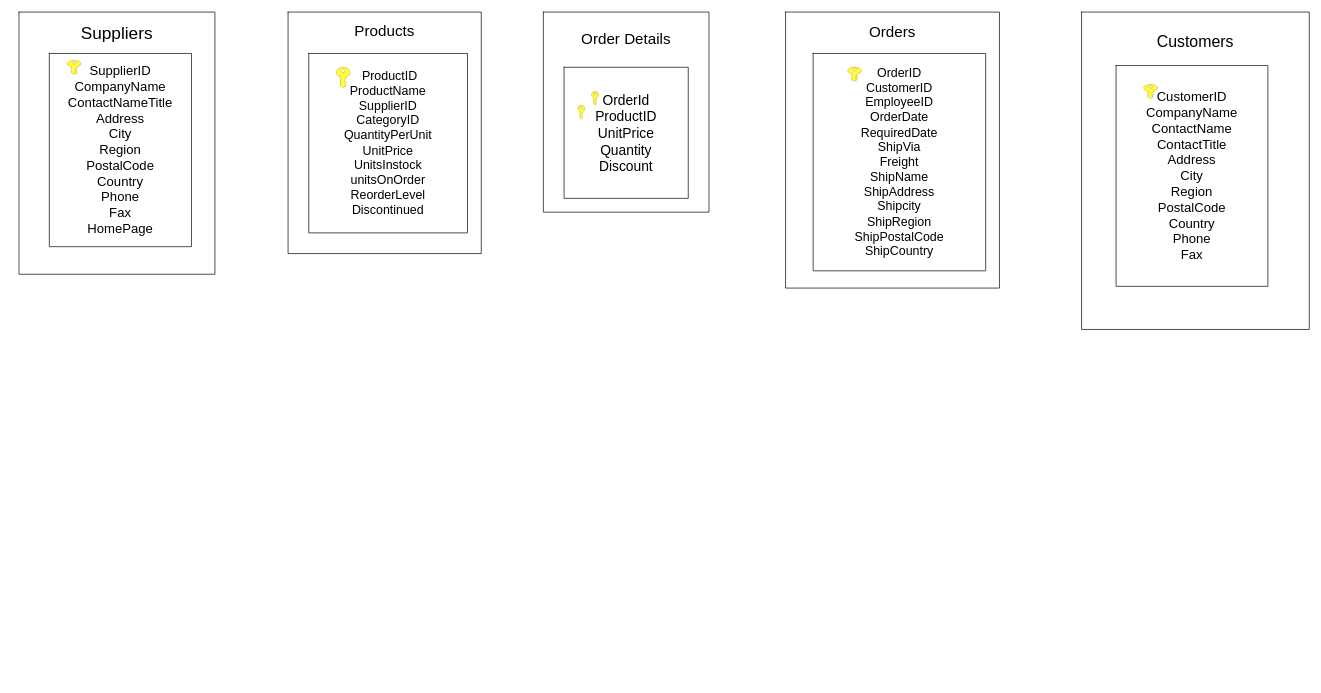
nattapon62/ER_diagram keeps this draw.io diagram as ER_Shop.drawio. Above is the earlier version. Source tidied: cells renumbered, new cells numbered last; positions are measured from the earlier drawing's top-left corner, leaving out a move shared by most shapes. Both pictures are drawn from the tidied source at 69%, with x=0, y=0 at pixel (19, 12).
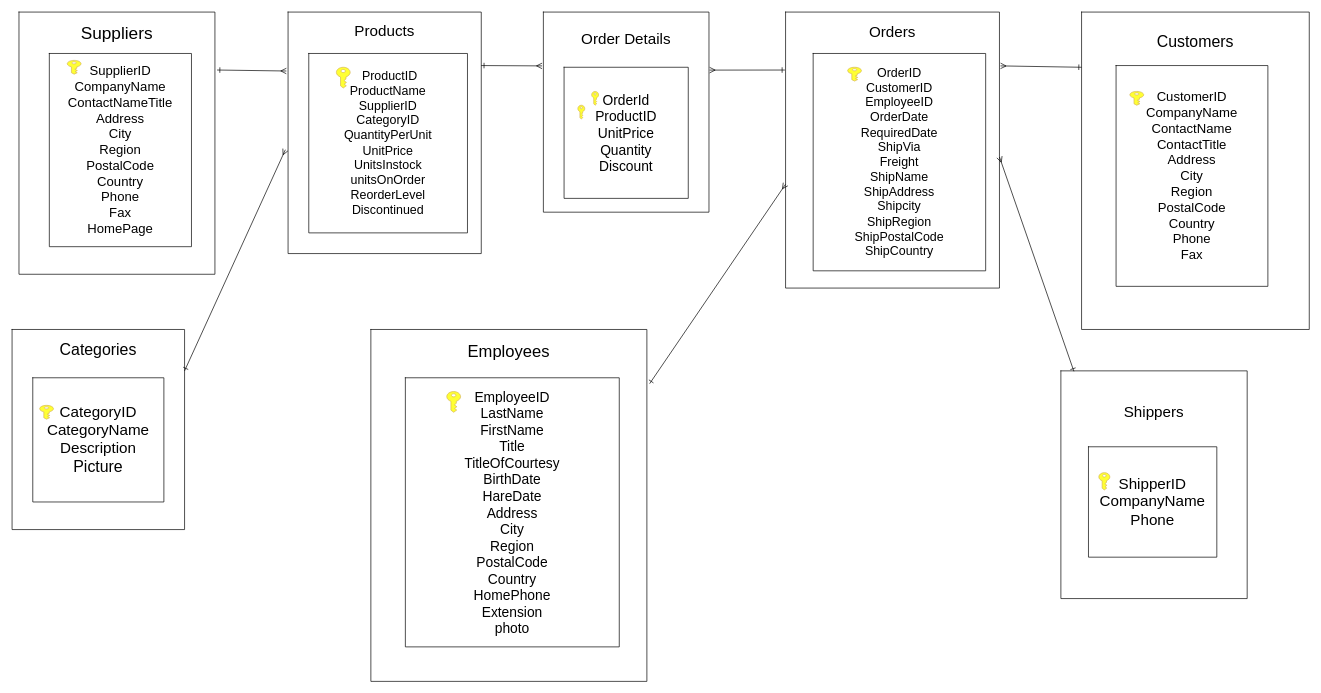
The same diagram, later.

Unchanged cells that the change refers to:
```xml
<mxCell id="6" style="shape=partialRectangle;html=1;whiteSpace=wrap;fillColor=none;top=0;left=0;bottom=0;right=0;points=[[0,0.5],[1,0.5]];portConstraint=eastwest;" parent="5" vertex="1">
  <mxGeometry width="240" height="290" as="geometry" />
</mxCell>
<mxCell id="9" style="shape=partialRectangle;html=1;whiteSpace=wrap;fillColor=none;top=0;left=0;bottom=0;right=0;points=[[0,0.5],[1,0.5]];portConstraint=eastwest;" parent="8" vertex="1">
  <mxGeometry width="284" height="380" as="geometry" />
</mxCell>
<mxCell id="12" style="shape=partialRectangle;html=1;whiteSpace=wrap;fillColor=none;top=0;left=0;bottom=0;right=0;points=[[0,0.5],[1,0.5]];portConstraint=eastwest;" parent="11" vertex="1">
  <mxGeometry width="310" height="400" as="geometry" />
</mxCell>
<mxCell id="15" style="shape=partialRectangle;html=1;whiteSpace=wrap;fillColor=none;top=0;left=0;bottom=0;right=0;points=[[0,0.5],[1,0.5]];portConstraint=eastwest;" parent="14" vertex="1">
  <mxGeometry width="280" height="350" as="geometry" />
</mxCell>
```

Diff of the diagram source:
```diff
@@
     <mxCell id="37" style="shadow=0;dashed=0;html=1;strokeColor=#d6b656;labelPosition=center;verticalLabelPosition=bottom;verticalAlign=top;align=center;shape=mxgraph.office.security.key_permissions;fillColor=#FFFF33;rotation=0;" parent="1" vertex="1">
-      <mxGeometry x="1630" y="105" width="20" height="20" as="geometry" />
+      <mxGeometry x="1610" y="115" width="20" height="20" as="geometry" />
     </mxCell>
+    <mxCell id="38" style="shape=table;html=1;whiteSpace=wrap;startSize=0;childLayout=tableLayout;" parent="1" vertex="1">
+      <mxGeometry x="-10" y="460" width="250" height="290" as="geometry" />
+    </mxCell>
+    <mxCell id="39" style="shape=partialRectangle;html=1;whiteSpace=wrap;fillColor=none;top=0;left=0;bottom=0;right=0;" parent="38" vertex="1">
+      <mxGeometry width="250" height="290" as="geometry" />
+    </mxCell>
+    <mxCell id="40" value="&lt;font&gt;&lt;font style=&quot;font-size: 23px&quot;&gt;Categories&lt;br&gt;&lt;/font&gt;&lt;br&gt;&lt;br&gt;&lt;br&gt;&lt;br&gt;&lt;br&gt;&lt;br&gt;&lt;br&gt;&lt;br&gt;&lt;br&gt;&lt;br&gt;&lt;br&gt;&lt;br&gt;&lt;br&gt;&lt;br&gt;&lt;br&gt;&lt;br&gt;&lt;/font&gt;" style="shape=partialRectangle;html=1;whiteSpace=wrap;overflow=hidden;fillColor=none;top=0;left=0;bottom=0;right=0;" parent="39" vertex="1">
+      <mxGeometry width="250" height="290" as="geometry" />
+    </mxCell>
+    <mxCell id="41" style="shape=table;html=1;whiteSpace=wrap;startSize=0;childLayout=tableLayout;" parent="1" vertex="1">
+      <mxGeometry x="20" y="530" width="190" height="180" as="geometry" />
+    </mxCell>
+    <mxCell id="42" style="shape=partialRectangle;html=1;whiteSpace=wrap;fillColor=none;top=0;left=0;bottom=0;right=0;" parent="41" vertex="1">
+      <mxGeometry width="190" height="180" as="geometry" />
+    </mxCell>
+    <mxCell id="43" value="&lt;font&gt;&lt;span style=&quot;text-align: left&quot;&gt;&lt;font style=&quot;font-size: 22px&quot;&gt;CategoryID&lt;/font&gt;&lt;/span&gt;&lt;br&gt;&lt;span style=&quot;text-align: left&quot;&gt;&lt;font style=&quot;font-size: 22px&quot;&gt;CategoryName&lt;/font&gt;&lt;/span&gt;&lt;br&gt;&lt;span style=&quot;text-align: left&quot;&gt;&lt;font style=&quot;font-size: 22px&quot;&gt;Description&lt;/font&gt;&lt;/span&gt;&lt;br&gt;&lt;span style=&quot;text-align: left&quot;&gt;&lt;font style=&quot;font-size: 23px&quot;&gt;Picture&lt;/font&gt;&lt;/span&gt;&lt;br&gt;&lt;/font&gt;" style="shape=partialRectangle;html=1;whiteSpace=wrap;overflow=hidden;fillColor=none;top=0;left=0;bottom=0;right=0;" parent="42" vertex="1">
+      <mxGeometry width="190" height="180" as="geometry" />
+    </mxCell>
+    <mxCell id="44" style="shadow=0;dashed=0;html=1;strokeColor=#d6b656;labelPosition=center;verticalLabelPosition=bottom;verticalAlign=top;align=center;shape=mxgraph.office.security.key_permissions;fillColor=#FFFF33;rotation=0;" parent="1" vertex="1">
+      <mxGeometry x="30" y="570" width="20" height="20" as="geometry" />
+    </mxCell>
+    <mxCell id="45" style="shape=table;html=1;whiteSpace=wrap;startSize=0;childLayout=tableLayout;" parent="1" vertex="1">
+      <mxGeometry x="510" y="460" width="400" height="510" as="geometry" />
+    </mxCell>
+    <mxCell id="46" style="shape=partialRectangle;html=1;whiteSpace=wrap;fillColor=none;top=0;left=0;bottom=0;right=0;points=[[0,0.5],[1,0.5]];portConstraint=eastwest;" parent="45" vertex="1">
+      <mxGeometry width="400" height="510" as="geometry" />
+    </mxCell>
+    <mxCell id="47" value="&lt;font&gt;&lt;font style=&quot;font-size: 24px&quot;&gt;Employees&lt;br&gt;&lt;br&gt;&lt;br&gt;&lt;br&gt;&lt;/font&gt;&lt;br&gt;&lt;br&gt;&lt;br&gt;&lt;br&gt;&lt;br&gt;&lt;br&gt;&lt;br&gt;&lt;br&gt;&lt;br&gt;&lt;br&gt;&lt;br&gt;&lt;br&gt;&lt;br&gt;&lt;br&gt;&lt;br&gt;&lt;br&gt;&lt;br&gt;&lt;br&gt;&lt;br&gt;&lt;br&gt;&lt;br&gt;&lt;br&gt;&lt;br&gt;&lt;br&gt;&lt;br&gt;&lt;/font&gt;" style="shape=partialRectangle;html=1;whiteSpace=wrap;overflow=hidden;fillColor=none;top=0;left=0;bottom=0;right=0;" parent="46" vertex="1">
+      <mxGeometry width="400" height="510" as="geometry" />
+    </mxCell>
+    <mxCell id="48" style="shape=table;html=1;whiteSpace=wrap;startSize=0;childLayout=tableLayout;" parent="1" vertex="1">
+      <mxGeometry x="560" y="530" width="310" height="390" as="geometry" />
+    </mxCell>
+    <mxCell id="49" style="shape=partialRectangle;html=1;whiteSpace=wrap;fillColor=none;top=0;left=0;bottom=0;right=0;" parent="48" vertex="1">
+      <mxGeometry width="310" height="390" as="geometry" />
+    </mxCell>
+    <mxCell id="50" value="&lt;font style=&quot;font-size: 20px&quot;&gt;&lt;span style=&quot;text-align: left&quot;&gt;EmployeeID&lt;br&gt;&lt;/span&gt;&lt;span style=&quot;text-align: left&quot;&gt;LastName&lt;br&gt;&lt;/span&gt;&lt;span style=&quot;text-align: left&quot;&gt;FirstName&lt;br&gt;&lt;/span&gt;&lt;span style=&quot;text-align: left&quot;&gt;Title&lt;br&gt;&lt;/span&gt;&lt;span style=&quot;text-align: left&quot;&gt;TitleOfCourtesy&lt;br&gt;&lt;/span&gt;&lt;span style=&quot;text-align: left&quot;&gt;BirthDate&lt;br&gt;&lt;/span&gt;&lt;span style=&quot;text-align: left&quot;&gt;HareDate&lt;br&gt;&lt;/span&gt;&lt;span style=&quot;text-align: left&quot;&gt;Address&lt;br&gt;&lt;/span&gt;&lt;span style=&quot;text-align: left&quot;&gt;City&lt;br&gt;&lt;/span&gt;&lt;span style=&quot;text-align: left&quot;&gt;Region&lt;br&gt;&lt;/span&gt;&lt;span style=&quot;text-align: left&quot;&gt;PostalCode&lt;br&gt;&lt;/span&gt;&lt;span style=&quot;text-align: left&quot;&gt;Country&lt;br&gt;&lt;/span&gt;&lt;span style=&quot;text-align: left&quot;&gt;HomePhone&lt;br&gt;&lt;/span&gt;&lt;span style=&quot;text-align: left&quot;&gt;Extension&lt;br&gt;&lt;/span&gt;&lt;span style=&quot;text-align: left&quot;&gt;photo&lt;/span&gt;&lt;/font&gt;&lt;span style=&quot;font-weight: 700 ; text-align: left&quot;&gt;&lt;br&gt;&lt;/span&gt;" style="shape=partialRectangle;html=1;whiteSpace=wrap;overflow=hidden;fillColor=none;top=0;left=0;bottom=0;right=0;" parent="49" vertex="1">
+      <mxGeometry width="310" height="390" as="geometry" />
+    </mxCell>
+    <mxCell id="51" style="shadow=0;dashed=0;html=1;strokeColor=#d6b656;labelPosition=center;verticalLabelPosition=bottom;verticalAlign=top;align=center;shape=mxgraph.office.security.key_permissions;fillColor=#FFFF33;rotation=0;" parent="1" vertex="1">
+      <mxGeometry x="620" y="550" width="20" height="30" as="geometry" />
+    </mxCell>
+    <mxCell id="52" style="shape=table;html=1;whiteSpace=wrap;startSize=0;childLayout=tableLayout;" parent="1" vertex="1">
+      <mxGeometry x="1510" y="520" width="270" height="330" as="geometry" />
+    </mxCell>
+    <mxCell id="53" style="shape=partialRectangle;html=1;whiteSpace=wrap;fillColor=none;top=0;left=0;bottom=0;right=0;points=[[0,0.5],[1,0.5]];portConstraint=eastwest;" parent="52" vertex="1">
+      <mxGeometry width="270" height="330" as="geometry" />
+    </mxCell>
+    <mxCell id="54" value="&lt;font style=&quot;font-size: 22px&quot;&gt;Shippers&lt;br&gt;&lt;br&gt;&lt;br&gt;&lt;br&gt;&lt;br&gt;&lt;br&gt;&lt;br&gt;&lt;br&gt;&lt;br&gt;&lt;/font&gt;" style="shape=partialRectangle;html=1;whiteSpace=wrap;overflow=hidden;fillColor=none;top=0;left=0;bottom=0;right=0;" parent="53" vertex="1">
+      <mxGeometry width="270" height="330" as="geometry" />
+    </mxCell>
+    <mxCell id="55" style="shape=table;html=1;whiteSpace=wrap;startSize=0;childLayout=tableLayout;" parent="1" vertex="1">
+      <mxGeometry x="1550" y="630" width="186" height="160" as="geometry" />
+    </mxCell>
+    <mxCell id="56" style="shape=partialRectangle;html=1;whiteSpace=wrap;fillColor=none;top=0;left=0;bottom=0;right=0;" parent="55" vertex="1">
+      <mxGeometry width="186" height="160" as="geometry" />
+    </mxCell>
+    <mxCell id="57" value="&lt;font style=&quot;font-size: 22px&quot;&gt;ShipperID&lt;br&gt;CompanyName&lt;br&gt;Phone&lt;/font&gt;" style="shape=partialRectangle;html=1;whiteSpace=wrap;overflow=hidden;fillColor=none;top=0;left=0;bottom=0;right=0;align=center;" parent="56" vertex="1">
+      <mxGeometry width="186" height="160" as="geometry" />
+    </mxCell>
+    <mxCell id="58" style="shadow=0;dashed=0;html=1;strokeColor=#d6b656;labelPosition=center;verticalLabelPosition=bottom;verticalAlign=top;align=center;shape=mxgraph.office.security.key_permissions;fillColor=#FFFF33;rotation=0;" parent="1" vertex="1">
+      <mxGeometry x="1565" y="667.5" width="16" height="25" as="geometry" />
+    </mxCell>
+    <mxCell id="59" style="endArrow=ERmany;html=1;endFill=0;startArrow=ERone;startFill=0;exitX=1.011;exitY=0.221;exitDx=0;exitDy=0;exitPerimeter=0;entryX=-0.009;entryY=0.244;entryDx=0;entryDy=0;entryPerimeter=0;" parent="1" edge="1" source="9" target="15">
+      <mxGeometry relative="1" as="geometry" />
+    </mxCell>
+    <mxCell id="60" style="endArrow=ERmany;html=1;endFill=0;startArrow=ERone;startFill=0;exitX=1.011;exitY=0.221;exitDx=0;exitDy=0;exitPerimeter=0;entryX=-0.014;entryY=0.57;entryDx=0;entryDy=0;entryPerimeter=0;rounded=1;" parent="1" edge="1" target="15">
+      <mxGeometry relative="1" as="geometry">
+        <mxPoint x="240" y="520" as="sourcePoint" />
+      </mxGeometry>
+    </mxCell>
+    <mxCell id="61" style="endArrow=ERmany;html=1;endFill=0;startArrow=ERone;startFill=0;exitX=1.011;exitY=0.221;exitDx=0;exitDy=0;exitPerimeter=0;entryX=-0.008;entryY=0.269;entryDx=0;entryDy=0;entryPerimeter=0;" parent="1" edge="1" target="6">
+      <mxGeometry relative="1" as="geometry">
+        <mxPoint x="670" y="77.5" as="sourcePoint" />
+      </mxGeometry>
+    </mxCell>
+    <mxCell id="62" style="endArrow=ERmany;html=1;endFill=0;startArrow=ERone;startFill=0;entryX=1.004;entryY=0.29;entryDx=0;entryDy=0;entryPerimeter=0;" parent="1" edge="1" target="6">
+      <mxGeometry relative="1" as="geometry">
+        <mxPoint x="1110" y="84" as="sourcePoint" />
+      </mxGeometry>
+    </mxCell>
+    <mxCell id="63" style="endArrow=ERmany;html=1;endFill=0;startArrow=ERone;startFill=0;exitX=1.01;exitY=0.154;exitDx=0;exitDy=0;exitPerimeter=0;entryX=-0.014;entryY=0.57;entryDx=0;entryDy=0;entryPerimeter=0;rounded=1;" parent="1" edge="1" source="46">
+      <mxGeometry relative="1" as="geometry">
+        <mxPoint x="1111" y="249.5" as="targetPoint" />
+      </mxGeometry>
+    </mxCell>
+    <mxCell id="64" style="endArrow=ERmany;html=1;endFill=0;startArrow=ERone;startFill=0;entryX=1.005;entryY=0.195;entryDx=0;entryDy=0;entryPerimeter=0;" parent="1" edge="1" target="12">
+      <mxGeometry relative="1" as="geometry">
+        <mxPoint x="1540" y="80" as="sourcePoint" />
+      </mxGeometry>
+    </mxCell>
+    <mxCell id="65" style="endArrow=ERmany;html=1;endFill=0;startArrow=ERone;startFill=0;entryX=1;entryY=0.525;entryDx=0;entryDy=0;entryPerimeter=0;exitX=0.07;exitY=0.002;exitDx=0;exitDy=0;exitPerimeter=0;" parent="1" edge="1" source="53" target="12">
+      <mxGeometry relative="1" as="geometry" />
+    </mxCell>
```
